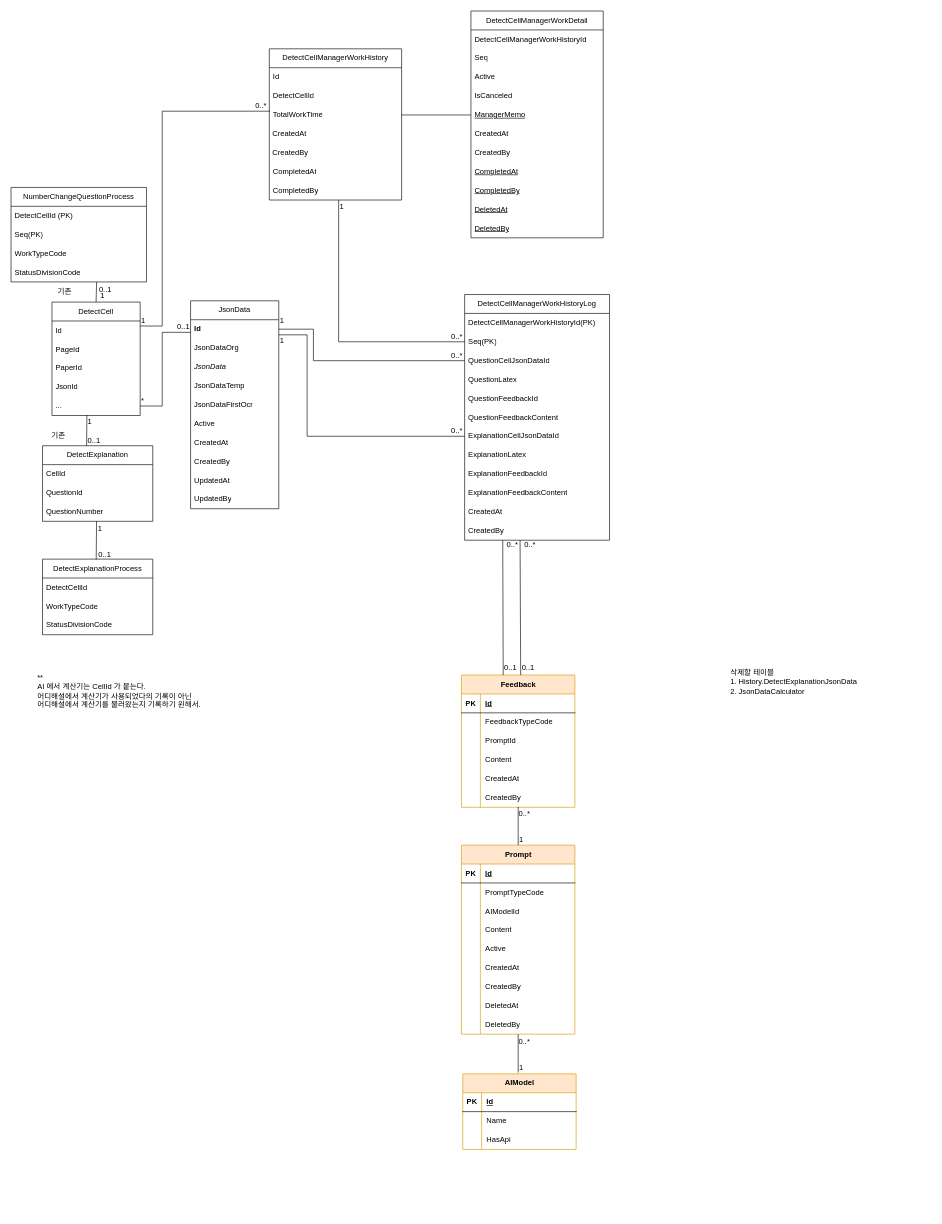
Earlier version of the draw.io diagram 해설계산기.drawio (hyeonzx/Explanation_Calculator). Source tidied: cells renumbered, new cells numbered last; positions are measured from the earlier drawing's top-left corner, leaving out a move shared by most shapes. Both pictures are drawn from the tidied source at 63%, with x=0, y=0 at pixel (11, 11).
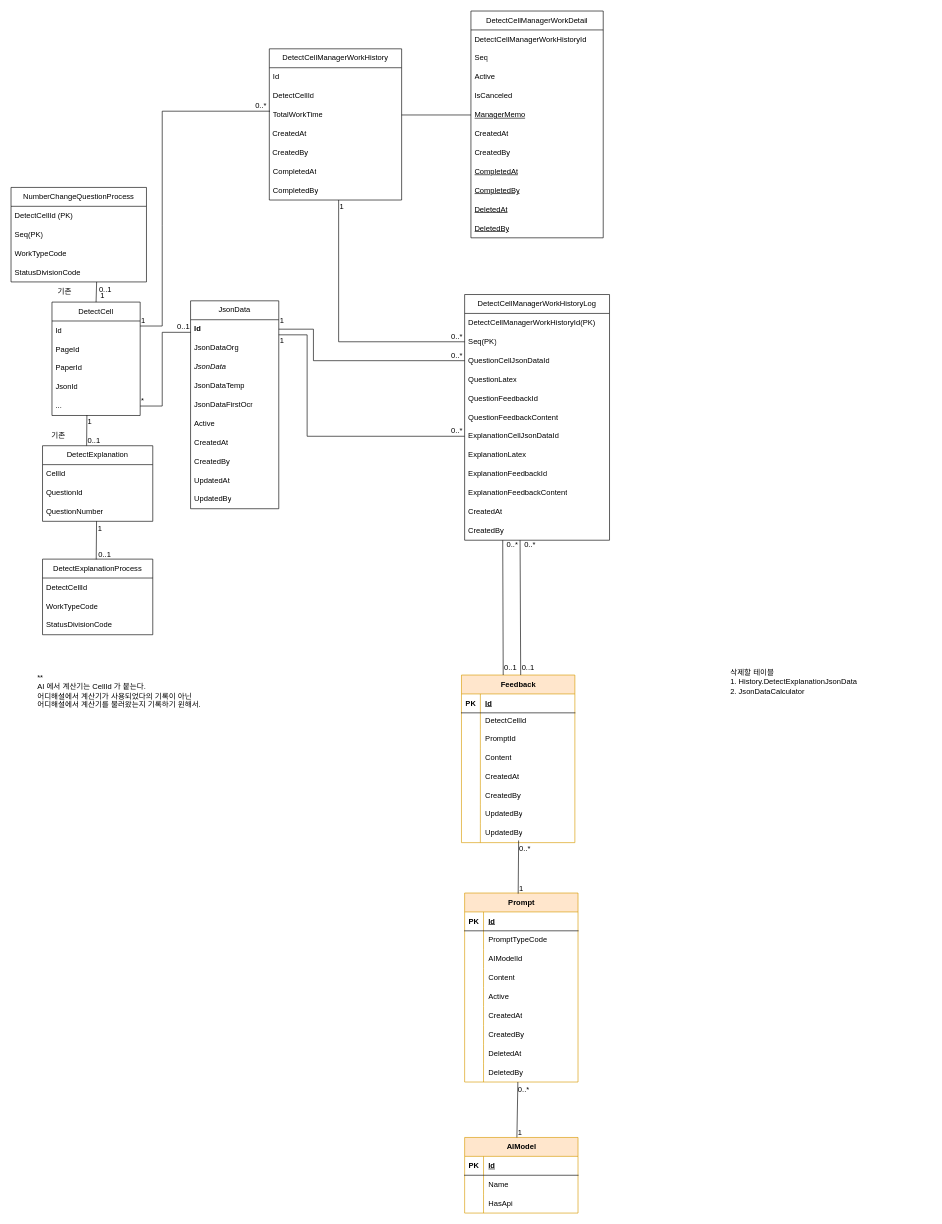
The same page after the edit.

Commit message:
해설계산기.drawio 업데이트

Change to the diagram source:
```diff
@@
     <mxCell id="77" value="Feedback" style="shape=table;startSize=30;childLayout=tableLayout;rowLines=0;fontStyle=1;align=center;html=1;fillColor=#ffe6cc;strokeColor=#d79b00;" parent="1" vertex="1">
-      <mxGeometry x="715" y="1054" width="180" height="210" as="geometry" />
+      <mxGeometry x="715" y="1054" width="180" height="266" as="geometry" />
     </mxCell>
@@
     <mxCell id="81" style="shape=tableRow;horizontal=0;startSize=0;swimlaneHead=0;swimlaneBody=0;fillColor=none;top=0;left=0;right=0;bottom=0;" parent="77" vertex="1">
-      <mxGeometry y="60" width="180" height="30" as="geometry" />
+      <mxGeometry y="60" width="180" height="26" as="geometry" />
     </mxCell>
     <mxCell id="82" style="shape=partialRectangle;fillColor=none;top=0;left=0;bottom=0;right=0;overflow=hidden;whiteSpace=wrap;html=1;" parent="81" vertex="1">
-      <mxGeometry width="30" height="30" as="geometry" />
+      <mxGeometry width="30" height="26" as="geometry" />
     </mxCell>
-    <mxCell id="83" value="FeedbackTypeCode" style="shape=partialRectangle;fillColor=none;top=0;left=0;bottom=0;right=0;align=left;spacingLeft=6;overflow=hidden;whiteSpace=wrap;html=1;" parent="81" vertex="1">
-      <mxGeometry x="30" width="150" height="30" as="geometry" />
+    <mxCell id="83" value="DetectCellId" style="shape=partialRectangle;fillColor=none;top=0;left=0;bottom=0;right=0;align=left;spacingLeft=6;overflow=hidden;whiteSpace=wrap;html=1;" parent="81" vertex="1">
+      <mxGeometry x="30" width="150" height="26" as="geometry" />
     </mxCell>
     <mxCell id="84" style="shape=tableRow;horizontal=0;startSize=0;swimlaneHead=0;swimlaneBody=0;fillColor=none;top=0;left=0;right=0;bottom=0;" parent="77" vertex="1">
-      <mxGeometry y="90" width="180" height="30" as="geometry" />
+      <mxGeometry y="86" width="180" height="30" as="geometry" />
     </mxCell>
@@
     <mxCell id="87" style="shape=tableRow;horizontal=0;startSize=0;swimlaneHead=0;swimlaneBody=0;fillColor=none;top=0;left=0;right=0;bottom=0;" parent="77" vertex="1">
-      <mxGeometry y="120" width="180" height="30" as="geometry" />
+      <mxGeometry y="116" width="180" height="30" as="geometry" />
     </mxCell>
@@
     <mxCell id="90" style="shape=tableRow;horizontal=0;startSize=0;swimlaneHead=0;swimlaneBody=0;fillColor=none;top=0;left=0;right=0;bottom=0;" parent="77" vertex="1">
-      <mxGeometry y="150" width="180" height="30" as="geometry" />
+      <mxGeometry y="146" width="180" height="30" as="geometry" />
     </mxCell>
@@
     <mxCell id="93" style="shape=tableRow;horizontal=0;startSize=0;swimlaneHead=0;swimlaneBody=0;fillColor=none;top=0;left=0;right=0;bottom=0;" parent="77" vertex="1">
-      <mxGeometry y="180" width="180" height="30" as="geometry" />
+      <mxGeometry y="176" width="180" height="30" as="geometry" />
     </mxCell>
@@
+    <mxCell id="163" style="shape=tableRow;horizontal=0;startSize=0;swimlaneHead=0;swimlaneBody=0;fillColor=none;top=0;left=0;right=0;bottom=0;" parent="77" vertex="1">
+      <mxGeometry y="206" width="180" height="30" as="geometry" />
+    </mxCell>
+    <mxCell id="164" style="shape=partialRectangle;fillColor=none;top=0;left=0;bottom=0;right=0;overflow=hidden;whiteSpace=wrap;html=1;" parent="163" vertex="1">
+      <mxGeometry width="30" height="30" as="geometry" />
+    </mxCell>
+    <mxCell id="165" value="UpdatedBy" style="shape=partialRectangle;fillColor=none;top=0;left=0;bottom=0;right=0;align=left;spacingLeft=6;overflow=hidden;whiteSpace=wrap;html=1;" parent="163" vertex="1">
+      <mxGeometry x="30" width="150" height="30" as="geometry" />
+    </mxCell>
+    <mxCell id="166" style="shape=tableRow;horizontal=0;startSize=0;swimlaneHead=0;swimlaneBody=0;fillColor=none;points=[[0,0.5],[1,0.5]];portConstraint=eastwest;top=0;left=0;right=0;bottom=0;" parent="77" vertex="1">
+      <mxGeometry y="236" width="180" height="30" as="geometry" />
+    </mxCell>
+    <mxCell id="167" style="shape=partialRectangle;fillColor=none;top=0;left=0;bottom=0;right=0;overflow=hidden;whiteSpace=wrap;html=1;" parent="166" vertex="1">
+      <mxGeometry width="30" height="30" as="geometry" />
+    </mxCell>
+    <mxCell id="168" value="UpdatedBy" style="shape=partialRectangle;fillColor=none;top=0;left=0;bottom=0;right=0;align=left;spacingLeft=6;overflow=hidden;whiteSpace=wrap;html=1;" parent="166" vertex="1">
+      <mxGeometry x="30" width="150" height="30" as="geometry" />
+    </mxCell>
     <mxCell id="96" value="Prompt" style="shape=table;startSize=30;childLayout=tableLayout;rowLines=0;fontStyle=1;align=center;html=1;fillColor=#ffe6cc;strokeColor=#d79b00;" parent="1" vertex="1">
-      <mxGeometry x="715" y="1324" width="180" height="300" as="geometry" />
+      <mxGeometry x="720" y="1400" width="180" height="300" as="geometry" />
     </mxCell>
@@
-    <mxCell id="124" style="endArrow=none;html=1;rounded=0;exitX=0.5;exitY=0;exitDx=0;exitDy=0;entryX=0.5;entryY=0.976;entryDx=0;entryDy=0;entryPerimeter=0;" parent="1" edge="1">
+    <mxCell id="124" style="endArrow=none;html=1;rounded=0;exitX=0.5;exitY=0;exitDx=0;exitDy=0;entryX=0.504;entryY=0.886;entryDx=0;entryDy=0;entryPerimeter=0;" parent="1" edge="1" target="166">
       <mxGeometry relative="1" as="geometry">
-        <mxPoint x="805" y="1324" as="sourcePoint" />
-        <mxPoint x="805" y="1263" as="targetPoint" />
+        <mxPoint x="805" y="1401" as="sourcePoint" />
       </mxGeometry>
     </mxCell>
@@
     <mxCell id="127" value="AIModel" style="shape=table;startSize=30;childLayout=tableLayout;rowLines=0;fontStyle=1;align=center;html=1;fillColor=#ffe6cc;strokeColor=#d79b00;" parent="1" vertex="1">
-      <mxGeometry x="717" y="1687" width="180" height="120" as="geometry" />
+      <mxGeometry x="720" y="1788" width="180" height="120" as="geometry" />
     </mxCell>
@@
-    <mxCell id="137" style="endArrow=none;html=1;rounded=0;exitX=0.5;exitY=0;exitDx=0;exitDy=0;entryX=0.5;entryY=0.976;entryDx=0;entryDy=0;entryPerimeter=0;" parent="1" edge="1">
+    <mxCell id="137" style="endArrow=none;html=1;rounded=0;exitX=0.461;exitY=0;exitDx=0;exitDy=0;entryX=0.5;entryY=0.976;entryDx=0;entryDy=0;entryPerimeter=0;exitPerimeter=0;" parent="1" edge="1" source="127">
       <mxGeometry relative="1" as="geometry">
-        <mxPoint x="805" y="1685" as="sourcePoint" />
-        <mxPoint x="805" y="1624" as="targetPoint" />
+        <mxPoint x="804.5" y="1700" as="targetPoint" />
       </mxGeometry>
     </mxCell>
```
